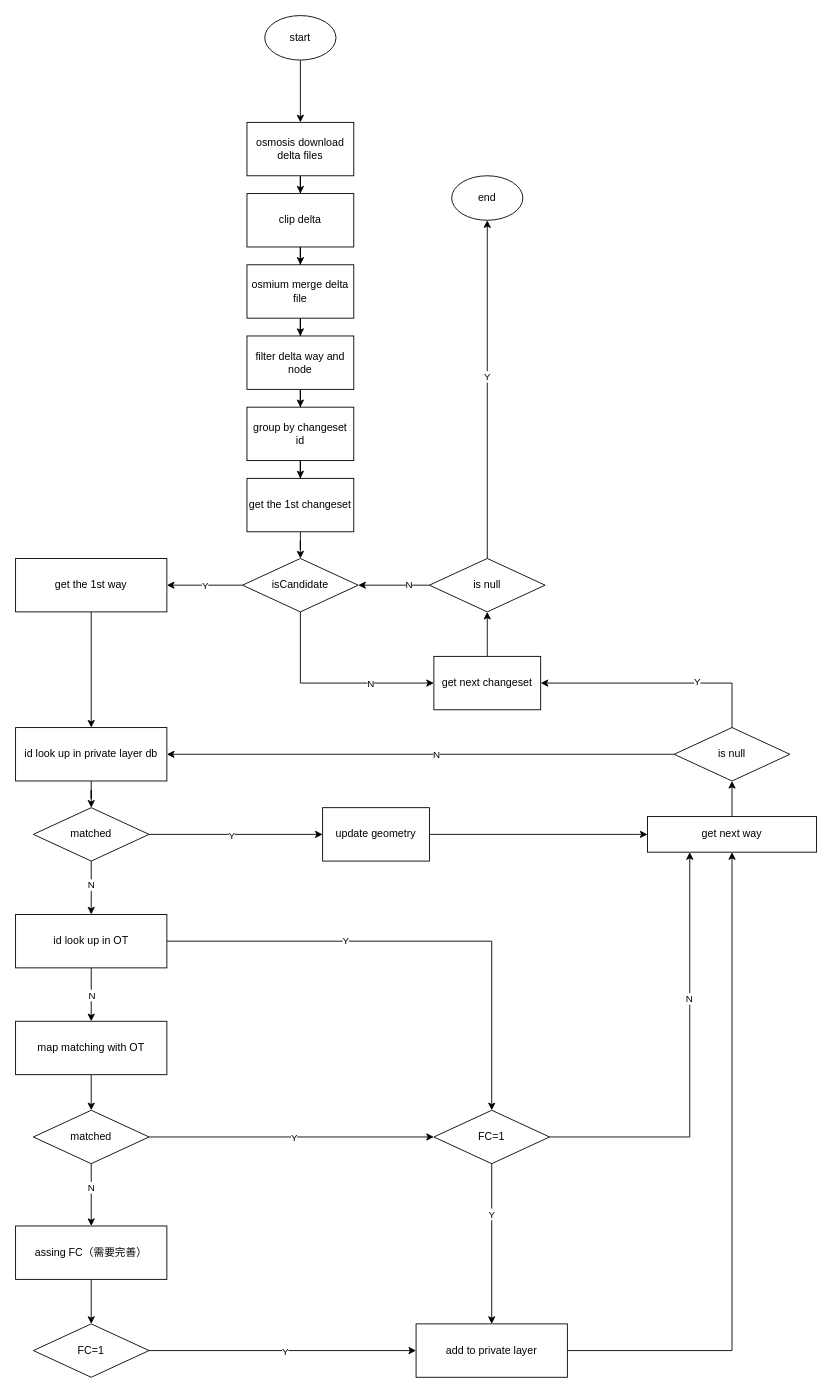
The draw.io diagram expired fc changeset.drawio in 472542625/drawio, before the edit. Source tidied: cells renumbered, new cells numbered last; positions are measured from the earlier drawing's top-left corner, leaving out a move shared by most shapes. Both pictures are drawn from the tidied source at 89%, with x=0, y=0 at pixel (15, 15).
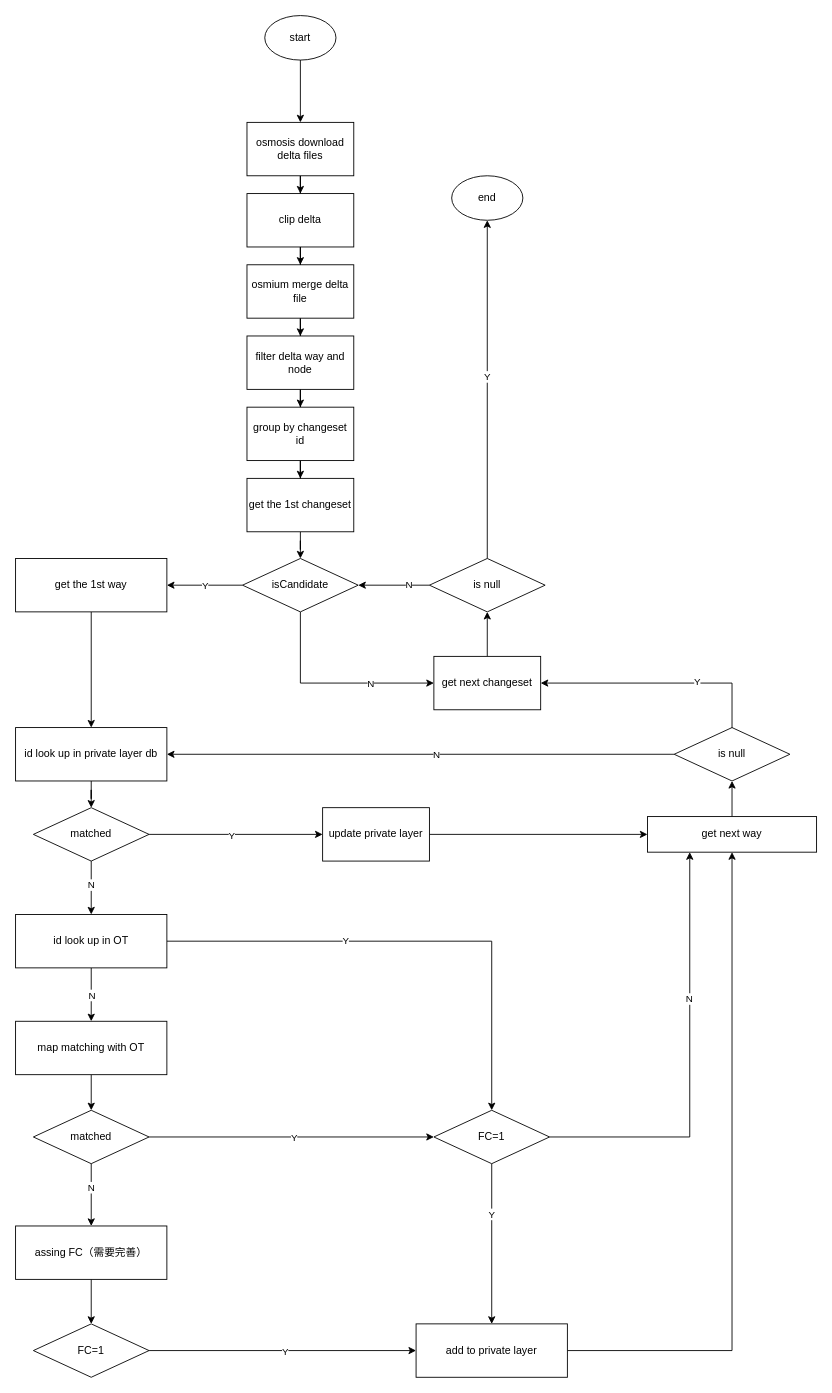
After the change.

What changed in the source:
```diff
@@
-    <mxCell id="19" value="update geometry" style="whiteSpace=wrap;html=1;" parent="1" vertex="1">
+    <mxCell id="19" value="update private layer" style="whiteSpace=wrap;html=1;" parent="1" vertex="1">
       <mxGeometry x="345" y="890" width="120" height="60" as="geometry" />
     </mxCell>
```
